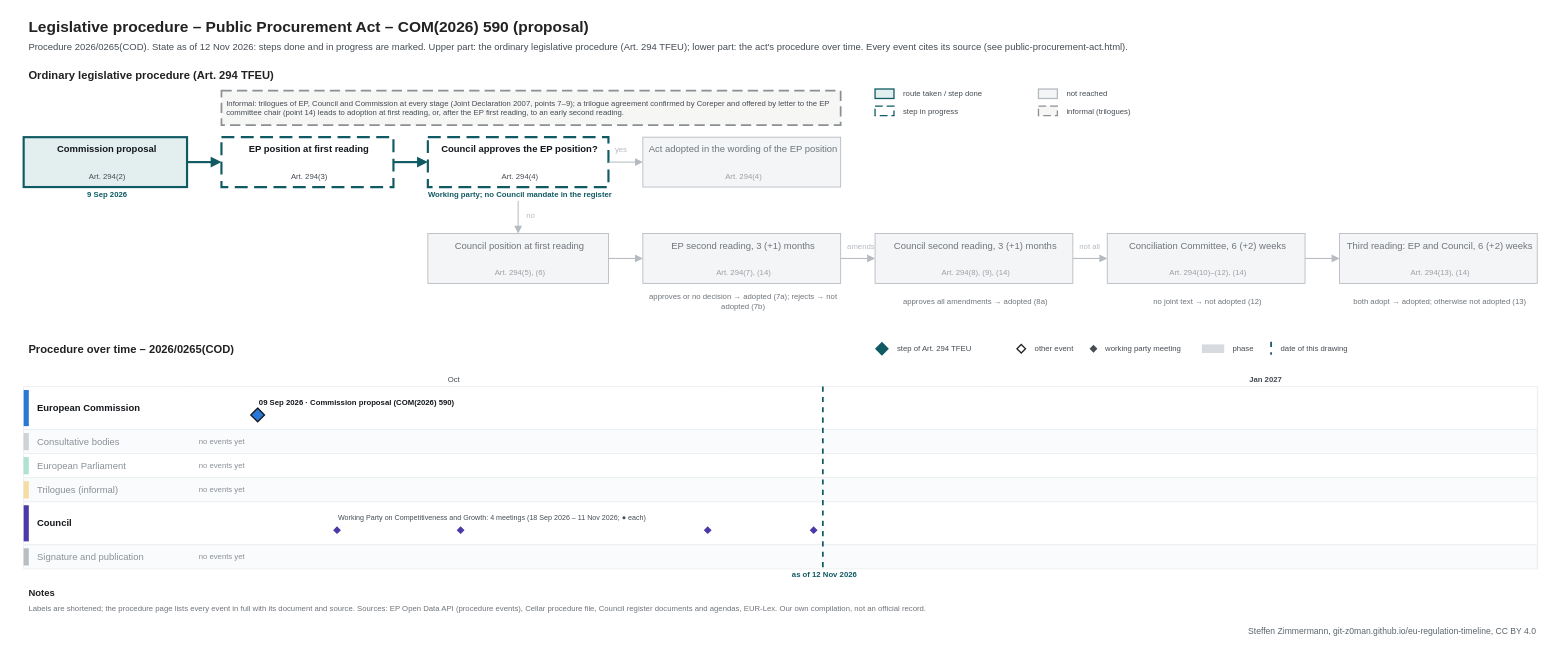
The draw.io diagram procedures/public-procurement-act.drawio in git-z0man/eu-regulation-timeline, before the edit. Source tidied: cells renumbered, new cells numbered last; positions are measured from the earlier drawing's top-left corner, leaving out a move shared by most shapes. Both pictures are drawn from the tidied source at 86%, with x=0, y=0 at pixel (15, 15).
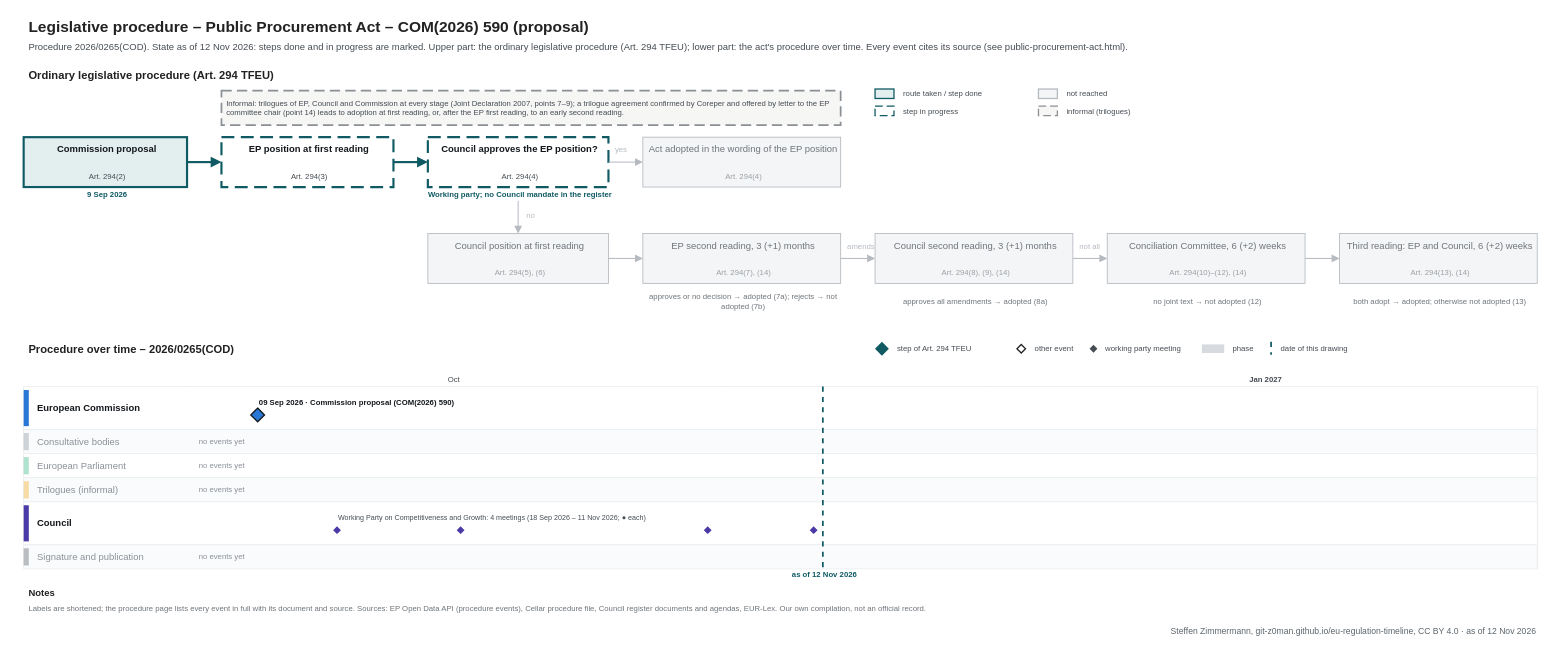
Above is the later version.

What changed in the source:
```diff
@@
-    <mxCell id="112" value="Steffen Zimmermann, git-z0man.github.io/eu-regulation-timeline, CC BY 4.0" style="text;html=1;fontSize=10;fontColor=#5b646b;align=right;verticalAlign=middle;spacingLeft=4;" parent="1" vertex="1">
+    <mxCell id="112" value="Steffen Zimmermann, git-z0man.github.io/eu-regulation-timeline, CC BY 4.0 · as of 12 Nov 2026" style="text;html=1;fontSize=10;fontColor=#5b646b;align=right;verticalAlign=middle;spacingLeft=4;" parent="1" vertex="1">
       <mxGeometry x="10" y="708" width="1760" height="16" as="geometry" />
     </mxCell>
```
